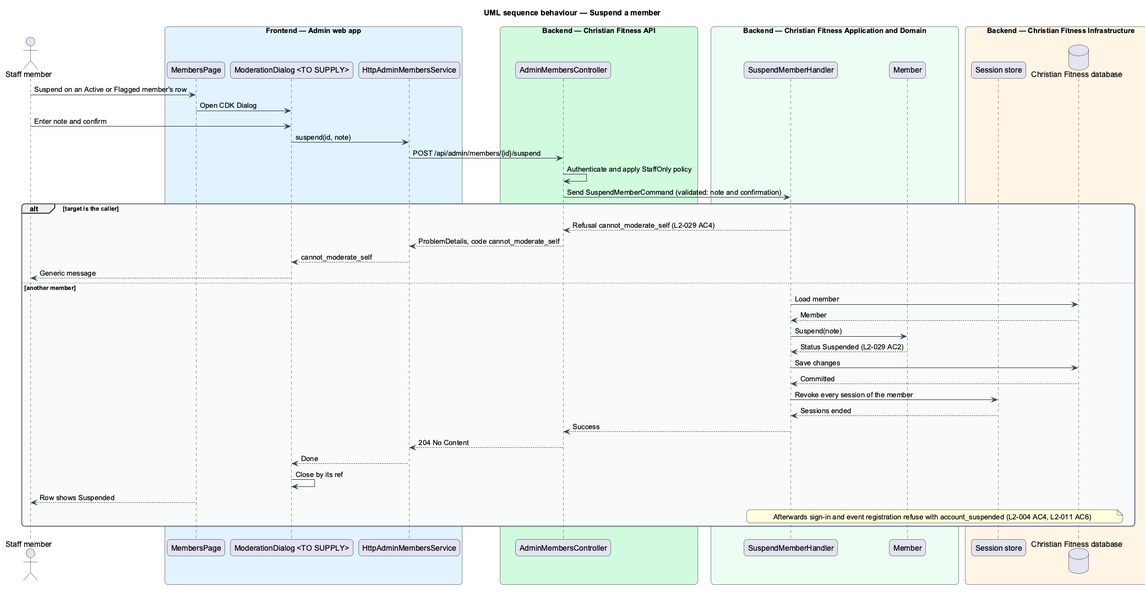
QuinntyneBrown/christian-fitness keeps this PlantUML diagram as docs/detailed-designs/admin-moderation/flag-suspend-reinstate-members/diagrams/sequence-suspend.png. Above is the earlier version.
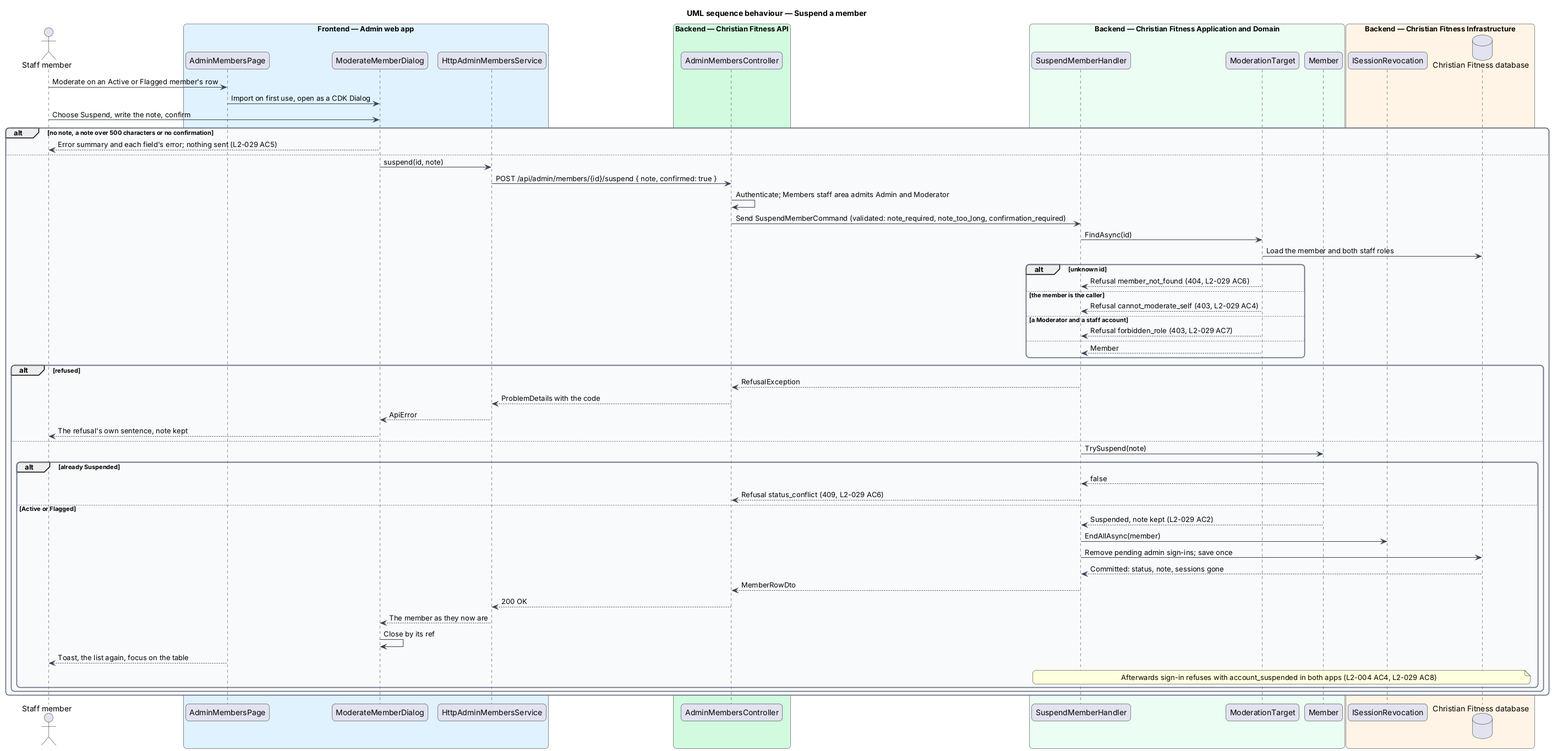
The same diagram one commit later.

Diff of the diagram source:
```diff
@@ -16,8 +16,8 @@
 }
 actor "Staff member" as actor
 box "Frontend — Admin web app" #E0F2FE
-  participant "MembersPage" as page
-  participant "ModerationDialog <TO SUPPLY>" as dlg
+  participant "AdminMembersPage" as page
+  participant "ModerateMemberDialog" as dlg
   participant "HttpAdminMembersService" as client
 end box
 box "Backend — Christian Fitness API" #D1FADF
@@ -25,38 +25,56 @@
 end box
 box "Backend — Christian Fitness Application and Domain" #ECFDF3
   participant "SuspendMemberHandler" as h
+  participant "ModerationTarget" as target
   participant "Member" as ent
 end box
 box "Backend — Christian Fitness Infrastructure" #FFF4E5
-  participant "Session store" as sess
+  participant "ISessionRevocation" as sess
   database "Christian Fitness database" as db
 end box
-actor -> page : Suspend on an Active or Flagged member's row
-page -> dlg : Open CDK Dialog
-actor -> dlg : Enter note and confirm
-dlg -> client : suspend(id, note)
-client -> ctrl : POST /api/admin/members/{id}/suspend
-ctrl -> ctrl : Authenticate and apply StaffOnly policy
-ctrl -> h : Send SuspendMemberCommand (validated: note and confirmation)
-alt target is the caller
-  h --> ctrl : Refusal cannot_moderate_self (L2-029 AC4)
-  ctrl --> client : ProblemDetails, code cannot_moderate_self
-  client --> dlg : cannot_moderate_self
-  dlg --> actor : Generic message
-else another member
-  h -> db : Load member
-  db --> h : Member
-  h -> ent : Suspend(note)
-  ent --> h : Status Suspended (L2-029 AC2)
-  h -> db : Save changes
-  db --> h : Committed
-  h -> sess : Revoke every session of the member
-  sess --> h : Sessions ended
-  h --> ctrl : Success
-  ctrl --> client : 204 No Content
-  client --> dlg : Done
-  dlg -> dlg : Close by its ref
-  page --> actor : Row shows Suspended
-  note over h, db : Afterwards sign-in and event registration refuse with account_suspended (L2-004 AC4, L2-011 AC6)
+actor -> page : Moderate on an Active or Flagged member's row
+page -> dlg : Import on first use, open as a CDK Dialog
+actor -> dlg : Choose Suspend, write the note, confirm
+alt no note, a note over 500 characters or no confirmation
+  dlg --> actor : Error summary and each field's error; nothing sent (L2-029 AC5)
+else
+  dlg -> client : suspend(id, note)
+  client -> ctrl : POST /api/admin/members/{id}/suspend { note, confirmed: true }
+  ctrl -> ctrl : Authenticate; Members staff area admits Admin and Moderator
+  ctrl -> h : Send SuspendMemberCommand (validated: note_required, note_too_long, confirmation_required)
+  h -> target : FindAsync(id)
+  target -> db : Load the member and both staff roles
+alt unknown id
+  target --> h : Refusal member_not_found (404, L2-029 AC6)
+else the member is the caller
+  target --> h : Refusal cannot_moderate_self (403, L2-029 AC4)
+else a Moderator and a staff account
+  target --> h : Refusal forbidden_role (403, L2-029 AC7)
+else
+  target --> h : Member
+end
+  alt refused
+    h --> ctrl : RefusalException
+    ctrl --> client : ProblemDetails with the code
+    client --> dlg : ApiError
+    dlg --> actor : The refusal's own sentence, note kept
+  else
+    h -> ent : TrySuspend(note)
+    alt already Suspended
+      ent --> h : false
+      h --> ctrl : Refusal status_conflict (409, L2-029 AC6)
+    else Active or Flagged
+      ent --> h : Suspended, note kept (L2-029 AC2)
+      h -> sess : EndAllAsync(member)
+      h -> db : Remove pending admin sign-ins; save once
+      db --> h : Committed: status, note, sessions gone
+      h --> ctrl : MemberRowDto
+      ctrl --> client : 200 OK
+      client --> dlg : The member as they now are
+      dlg -> dlg : Close by its ref
+      page --> actor : Toast, the list again, focus on the table
+      note over h, db : Afterwards sign-in refuses with account_suspended in both apps (L2-004 AC4, L2-029 AC8)
+    end
+  end
 end
 @enduml
```
